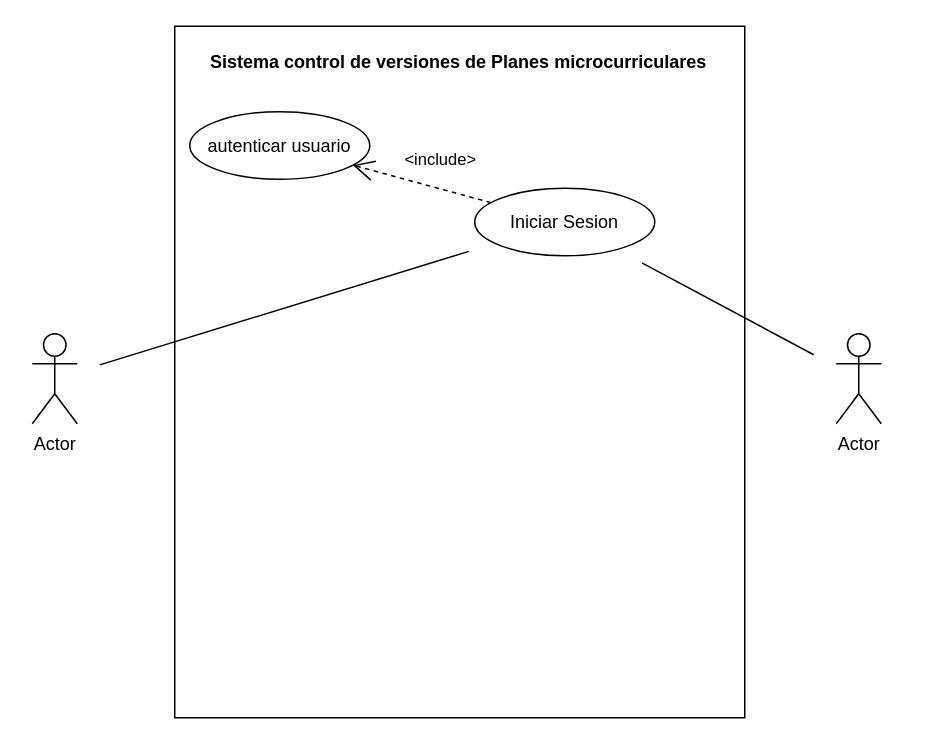
Above: page "Página-3" (3 of 3) of Diagrama sin título.drawio in JesusBriones2/prueba (draw.io), before the change. Source tidied: cells renumbered, new cells numbered last; positions are measured from the earlier drawing's top-left corner, leaving out a move shared by most shapes. Both pictures are drawn from the tidied source at 150%, with x=0, y=0 at pixel (32, 26).
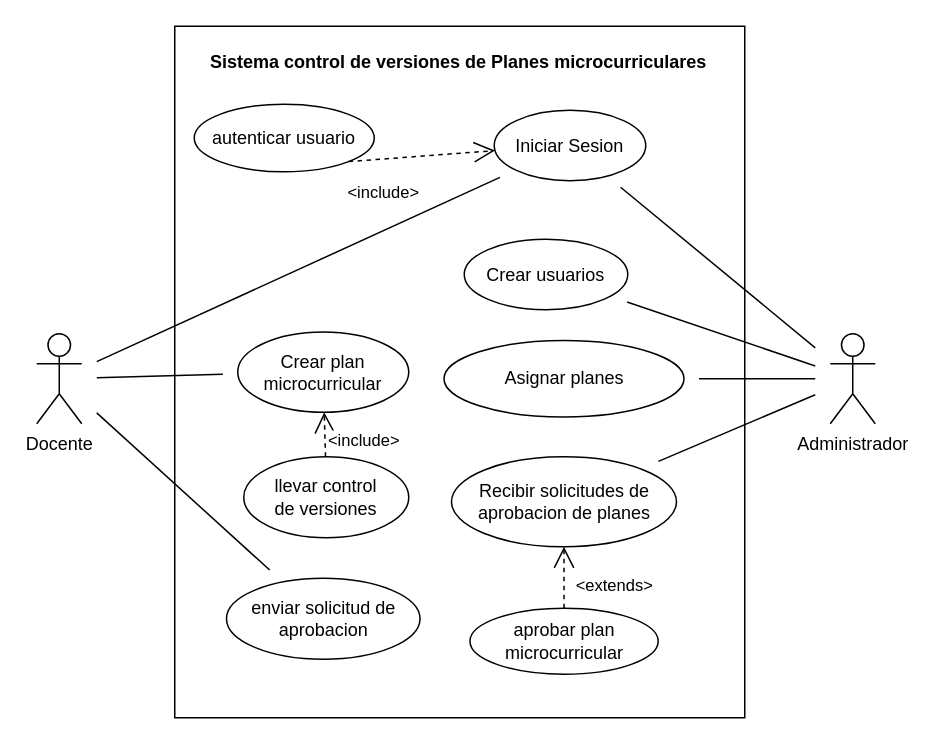
The same page after the edit.

Diff of the diagram source:
```diff
@@
-    <mxCell id="3" value="Actor" style="shape=umlActor;verticalLabelPosition=bottom;verticalAlign=top;html=1;outlineConnect=0;" parent="1" vertex="1">
-      <mxGeometry y="205" width="30" height="60" as="geometry" />
+    <mxCell id="3" value="Docente" style="shape=umlActor;verticalLabelPosition=bottom;verticalAlign=top;html=1;outlineConnect=0;" parent="1" vertex="1">
+      <mxGeometry x="3" y="205" width="30" height="60" as="geometry" />
     </mxCell>
-    <mxCell id="4" value="Actor" style="shape=umlActor;verticalLabelPosition=bottom;verticalAlign=top;html=1;outlineConnect=0;" parent="1" vertex="1">
-      <mxGeometry x="536" y="205" width="30" height="60" as="geometry" />
+    <mxCell id="4" value="Administrador" style="shape=umlActor;verticalLabelPosition=bottom;verticalAlign=top;html=1;outlineConnect=0;" parent="1" vertex="1">
+      <mxGeometry x="532" y="205" width="30" height="60" as="geometry" />
     </mxCell>
     <mxCell id="5" value="Iniciar Sesion" style="ellipse;whiteSpace=wrap;html=1;" parent="1" vertex="1">
-      <mxGeometry x="295" y="108" width="120" height="45" as="geometry" />
+      <mxGeometry x="308" y="56" width="101" height="47" as="geometry" />
     </mxCell>
@@
-    <mxCell id="7" style="endArrow=none;html=1;rounded=0;strokeColor=default;targetPerimeterSpacing=15;sourcePerimeterSpacing=15;" parent="1" edge="1" source="3" target="5">
+    <mxCell id="7" style="endArrow=none;html=1;rounded=0;strokeColor=default;targetPerimeterSpacing=10;sourcePerimeterSpacing=10;" parent="1" edge="1" source="3" target="5">
       <mxGeometry relative="1" as="geometry" />
     </mxCell>
-    <mxCell id="8" style="endArrow=none;html=1;rounded=0;strokeColor=default;targetPerimeterSpacing=15;sourcePerimeterSpacing=15;" parent="1" edge="1" source="4" target="5">
+    <mxCell id="8" style="endArrow=none;html=1;rounded=0;strokeColor=default;targetPerimeterSpacing=10;sourcePerimeterSpacing=10;" parent="1" edge="1" source="4" target="5">
       <mxGeometry relative="1" as="geometry" />
     </mxCell>
     <mxCell id="9" value="autenticar usuario" style="ellipse;whiteSpace=wrap;html=1;" parent="1" vertex="1">
-      <mxGeometry x="105" y="57" width="120" height="45" as="geometry" />
+      <mxGeometry x="108" y="52" width="120" height="45" as="geometry" />
     </mxCell>
-    <mxCell id="10" value="&amp;lt;include&amp;gt;" style="endArrow=open;endSize=12;dashed=1;html=1;rounded=0;" parent="1" edge="1" source="5" target="9">
-      <mxGeometry x="-0.16" y="-19" relative="1" as="geometry" />
+    <mxCell id="10" value="&amp;lt;include&amp;gt;" style="endArrow=open;endSize=12;dashed=1;html=1;rounded=0;exitX=1;exitY=1;exitDx=0;exitDy=0;" parent="1" edge="1" source="9" target="5">
+      <mxGeometry x="-0.55" y="-22" relative="1" as="geometry" />
     </mxCell>
+    <mxCell id="11" value="Crear plan&lt;br&gt;microcurricular" style="ellipse;whiteSpace=wrap;html=1;" parent="1" vertex="1">
+      <mxGeometry x="137" y="203.8" width="114" height="53.5" as="geometry" />
+    </mxCell>
+    <mxCell id="12" style="endArrow=none;html=1;rounded=0;strokeColor=default;targetPerimeterSpacing=10;sourcePerimeterSpacing=10;" parent="1" edge="1" source="3" target="11">
+      <mxGeometry relative="1" as="geometry" />
+    </mxCell>
+    <mxCell id="13" value="enviar solicitud de aprobacion" style="ellipse;whiteSpace=wrap;html=1;" parent="1" vertex="1">
+      <mxGeometry x="129.5" y="368" width="129" height="54" as="geometry" />
+    </mxCell>
+    <mxCell id="14" style="endArrow=none;html=1;rounded=0;strokeColor=default;targetPerimeterSpacing=10;sourcePerimeterSpacing=10;" parent="1" edge="1" source="3" target="13">
+      <mxGeometry relative="1" as="geometry" />
+    </mxCell>
+    <mxCell id="15" value="Crear usuarios" style="ellipse;whiteSpace=wrap;html=1;" parent="1" vertex="1">
+      <mxGeometry x="288" y="142" width="109" height="47" as="geometry" />
+    </mxCell>
+    <mxCell id="16" style="endArrow=none;html=1;rounded=0;strokeColor=default;targetPerimeterSpacing=10;sourcePerimeterSpacing=10;" parent="1" edge="1" source="4" target="15">
+      <mxGeometry relative="1" as="geometry" />
+    </mxCell>
+    <mxCell id="17" value="Asignar planes" style="ellipse;whiteSpace=wrap;html=1;" parent="1" vertex="1">
+      <mxGeometry x="274.5" y="209.5" width="160" height="51" as="geometry" />
+    </mxCell>
+    <mxCell id="18" style="endArrow=none;html=1;rounded=0;strokeColor=default;targetPerimeterSpacing=10;sourcePerimeterSpacing=10;" parent="1" edge="1" source="4" target="17">
+      <mxGeometry relative="1" as="geometry" />
+    </mxCell>
+    <mxCell id="19" value="llevar control&lt;br&gt;de versiones" style="ellipse;whiteSpace=wrap;html=1;" parent="1" vertex="1">
+      <mxGeometry x="141" y="287" width="110" height="54" as="geometry" />
+    </mxCell>
+    <mxCell id="20" value="&amp;lt;include&amp;gt;" style="endArrow=open;endSize=12;dashed=1;html=1;rounded=0;" parent="1" edge="1" source="19" target="11">
+      <mxGeometry x="-0.3" y="-26" relative="1" as="geometry" />
+    </mxCell>
+    <mxCell id="21" value="Recibir solicitudes de&lt;br&gt;aprobacion de planes" style="ellipse;whiteSpace=wrap;html=1;" parent="1" vertex="1">
+      <mxGeometry x="279.5" y="287" width="150" height="60" as="geometry" />
+    </mxCell>
+    <mxCell id="22" style="endArrow=none;html=1;rounded=0;strokeColor=default;targetPerimeterSpacing=10;sourcePerimeterSpacing=10;" parent="1" edge="1" source="4" target="21">
+      <mxGeometry relative="1" as="geometry" />
+    </mxCell>
+    <mxCell id="23" value="aprobar plan microcurricular" style="ellipse;whiteSpace=wrap;html=1;" parent="1" vertex="1">
+      <mxGeometry x="291.8" y="388" width="125.5" height="44" as="geometry" />
+    </mxCell>
+    <mxCell id="24" value="&amp;lt;extends&amp;gt;" style="endArrow=open;endSize=12;dashed=1;html=1;rounded=0;" parent="1" edge="1" source="23" target="21">
+      <mxGeometry x="-0.27" y="-33" relative="1" as="geometry" />
+    </mxCell>
```
